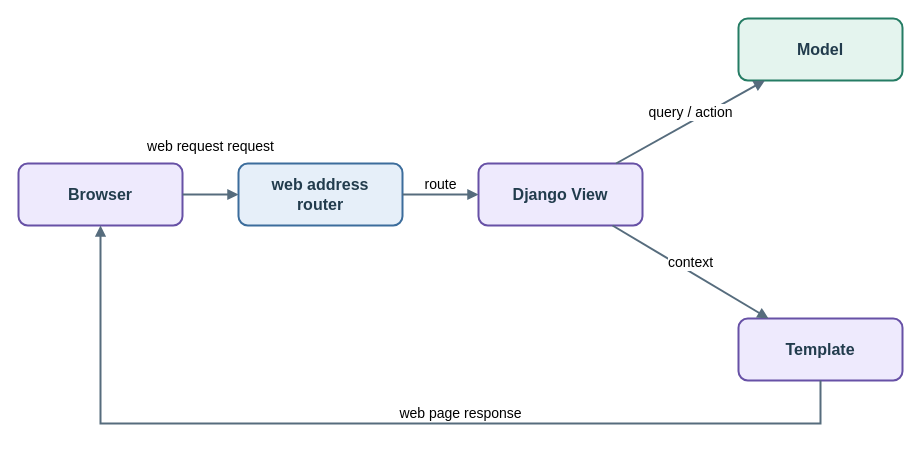
Before: architecture-diagrams/mvt.drawio in marcelstoltz00/cos301-study-guides, a draw.io diagram. Source tidied: cells renumbered, new cells numbered last; positions are measured from the earlier drawing's top-left corner, leaving out a move shared by most shapes. Both pictures are drawn from the tidied source at 100%, with x=0, y=0 at pixel (18, 18).
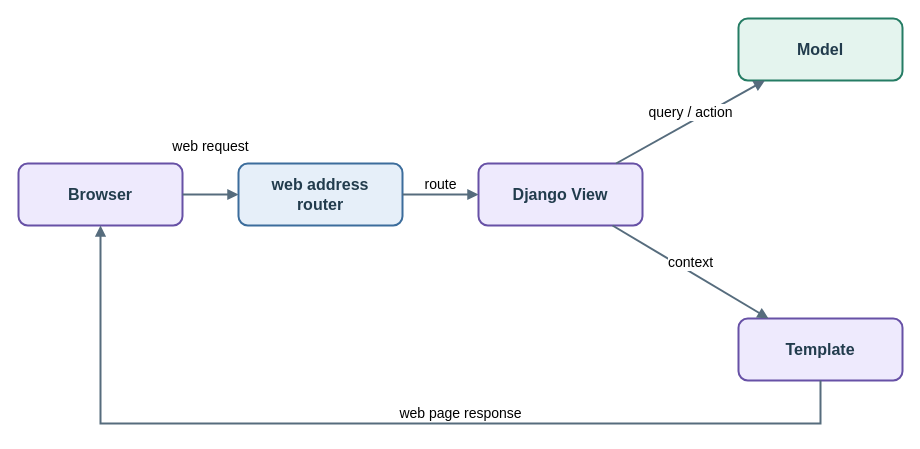
The same diagram, later.

Diff of the diagram source:
```diff
@@
 <mxGraphModel>
   <root>
     <mxCell id="0" />
     <mxCell id="1" parent="0" />
     <mxCell id="2" value="Browser" style="rounded=1;whiteSpace=wrap;html=1;fillColor=#eeeafd;strokeColor=#6751a6;fontColor=#223c4d;fontSize=16;fontStyle=1;strokeWidth=2;" parent="1" vertex="1">
       <mxGeometry y="145" width="164" height="62" as="geometry" />
     </mxCell>
     <mxCell id="3" value="web address&lt;br&gt;router" style="rounded=1;whiteSpace=wrap;html=1;fillColor=#e6eff9;strokeColor=#3c6d9c;fontColor=#223c4d;fontSize=16;fontStyle=1;strokeWidth=2;" parent="1" vertex="1">
       <mxGeometry x="220" y="145" width="164" height="62" as="geometry" />
     </mxCell>
     <mxCell id="4" value="Django View" style="rounded=1;whiteSpace=wrap;html=1;fillColor=#eeeafd;strokeColor=#6751a6;fontColor=#223c4d;fontSize=16;fontStyle=1;strokeWidth=2;" parent="1" vertex="1">
       <mxGeometry x="460" y="145" width="164" height="62" as="geometry" />
     </mxCell>
     <mxCell id="5" value="Model" style="rounded=1;whiteSpace=wrap;html=1;fillColor=#e4f4ee;strokeColor=#257c64;fontColor=#223c4d;fontSize=16;fontStyle=1;strokeWidth=2;" parent="1" vertex="1">
       <mxGeometry x="720" width="164" height="62" as="geometry" />
     </mxCell>
     <mxCell id="6" value="Template" style="rounded=1;whiteSpace=wrap;html=1;fillColor=#eeeafd;strokeColor=#6751a6;fontColor=#223c4d;fontSize=16;fontStyle=1;strokeWidth=2;" parent="1" vertex="1">
       <mxGeometry x="720" y="300" width="164" height="62" as="geometry" />
     </mxCell>
-    <mxCell id="7" value="web request request" style="edgeStyle=none;rounded=0;html=1;endArrow=block;endFill=1;strokeColor=#566c7d;strokeWidth=2;fontSize=14;labelBackgroundColor=#ffffff;" parent="1" edge="1" source="2" target="3">
+    <mxCell id="7" value="web request" style="edgeStyle=none;rounded=0;html=1;endArrow=block;endFill=1;strokeColor=#566c7d;strokeWidth=2;fontSize=14;labelBackgroundColor=#ffffff;" parent="1" edge="1" source="2" target="3">
       <mxGeometry relative="1" as="geometry">
         <mxPoint y="-48" as="offset" />
       </mxGeometry>
     </mxCell>
     <mxCell id="8" value="route" style="edgeStyle=none;rounded=0;html=1;endArrow=block;endFill=1;strokeColor=#566c7d;strokeWidth=2;fontSize=14;labelBackgroundColor=#ffffff;" parent="1" edge="1" source="3" target="4">
       <mxGeometry relative="1" as="geometry">
         <mxPoint y="-10" as="offset" />
       </mxGeometry>
     </mxCell>
     <mxCell id="9" value="query / action" style="edgeStyle=none;rounded=0;html=1;endArrow=block;endFill=1;strokeColor=#566c7d;strokeWidth=2;fontSize=14;labelBackgroundColor=#ffffff;" parent="1" edge="1" source="4" target="5">
       <mxGeometry relative="1" as="geometry">
         <mxPoint y="-10" as="offset" />
       </mxGeometry>
     </mxCell>
     <mxCell id="10" value="context" style="edgeStyle=none;rounded=0;html=1;endArrow=block;endFill=1;strokeColor=#566c7d;strokeWidth=2;fontSize=14;labelBackgroundColor=#ffffff;" parent="1" edge="1" source="4" target="6">
       <mxGeometry relative="1" as="geometry">
         <mxPoint y="-10" as="offset" />
       </mxGeometry>
     </mxCell>
     <mxCell id="11" value="web page response" style="edgeStyle=none;rounded=0;html=1;endArrow=block;endFill=1;strokeColor=#566c7d;strokeWidth=2;fontSize=14;labelBackgroundColor=#ffffff;" parent="1" edge="1" source="6" target="2">
       <mxGeometry relative="1" as="geometry">
         <Array as="points">
           <mxPoint x="802" y="405" />
           <mxPoint x="82" y="405" />
         </Array>
         <mxPoint x="77.5" y="-10" as="offset" />
       </mxGeometry>
     </mxCell>
   </root>
 </mxGraphModel>
```
